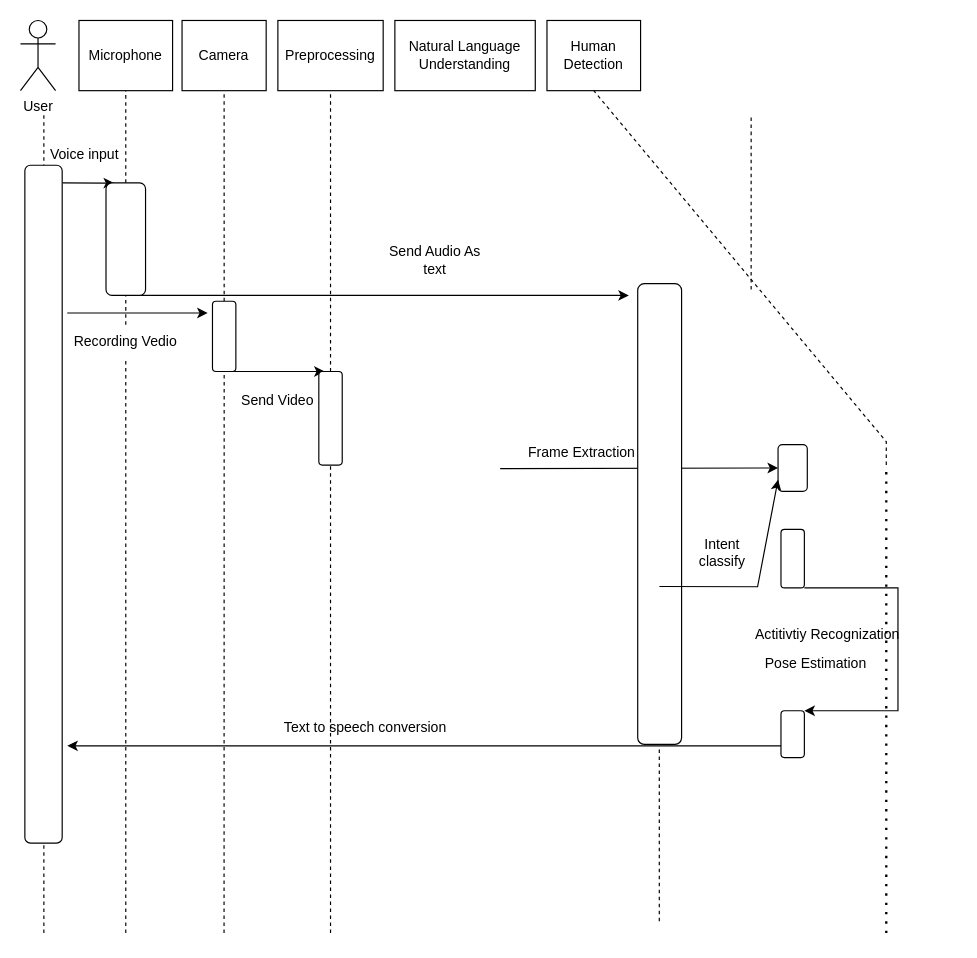
The draw.io diagram SequenceDaigram.drawio in ahmad2001hotmailyahoo/ahmad-arc, before the edit. Source tidied: cells renumbered, new cells numbered last; positions are measured from the earlier drawing's top-left corner, leaving out a move shared by most shapes. Both pictures are drawn from the tidied source at 117%, with x=0, y=0 at pixel (-296, 20).
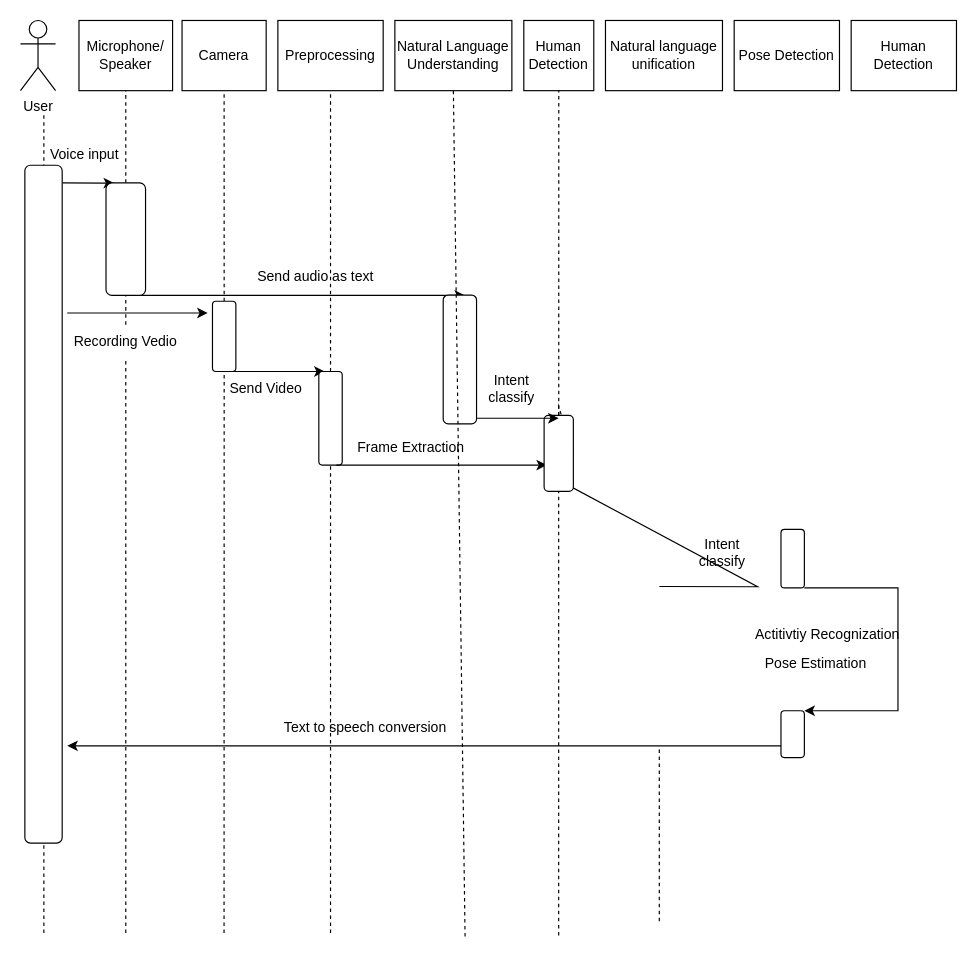
Above is the later version.

The change refers to these unchanged cells:
```xml
<mxCell id="14" style="rounded=1;whiteSpace=wrap;html=1;rotation=90;" parent="1" vertex="1">
  <mxGeometry x="495" y="330" width="80" height="20" as="geometry" />
</mxCell>
<mxCell id="39" style="rounded=1;whiteSpace=wrap;html=1;rotation=90;" parent="1" vertex="1">
  <mxGeometry x="311.9" y="170" width="96.2" height="33.8" as="geometry" />
</mxCell>
```

What changed in the source:
```diff
@@
-    <mxCell id="2" value="Microphone" style="rounded=0;whiteSpace=wrap;html=1;" parent="1" vertex="1">
+    <mxCell id="2" value="Microphone/&lt;br&gt;Speaker" style="rounded=0;whiteSpace=wrap;html=1;" parent="1" vertex="1">
       <mxGeometry x="320" width="80" height="60" as="geometry" />
     </mxCell>
@@
     <mxCell id="5" value="Human Detection" style="rounded=0;whiteSpace=wrap;html=1;" parent="1" vertex="1">
-      <mxGeometry x="720" width="80" height="60" as="geometry" />
+      <mxGeometry x="700.2" width="59.8" height="60" as="geometry" />
     </mxCell>
@@
-    <mxCell id="10" style="endArrow=none;dashed=1;html=1;rounded=0;entryX=0.5;entryY=1;entryDx=0;entryDy=0;startArrow=none;" parent="1" edge="1" target="5">
-      <mxGeometry relative="1" as="geometry">
-        <mxPoint x="1010" y="380" as="sourcePoint" />
-        <Array as="points">
-          <mxPoint x="1010" y="360" />
-        </Array>
-      </mxGeometry>
+    <mxCell id="10" style="endArrow=none;dashed=1;html=1;rounded=0;entryX=0.5;entryY=1;entryDx=0;entryDy=0;startArrow=none;" parent="1" edge="1" source="17" target="5">
+      <mxGeometry relative="1" as="geometry" />
     </mxCell>
@@
     <mxCell id="13" value="Send Video" style="text;html=1;strokeColor=none;fillColor=none;align=center;verticalAlign=middle;whiteSpace=wrap;rounded=0;" parent="1" vertex="1">
-      <mxGeometry x="430" y="310" width="120" height="30" as="geometry" />
+      <mxGeometry x="420" y="300" width="120" height="30" as="geometry" />
     </mxCell>
@@
-    <mxCell id="15" style="endArrow=classic;html=1;rounded=0;entryX=0.5;entryY=0;entryDx=0;entryDy=0;" parent="1" edge="1" target="17">
+    <mxCell id="15" style="endArrow=classic;html=1;rounded=0;exitX=1;exitY=0.25;exitDx=0;exitDy=0;" parent="1" edge="1" source="14">
       <mxGeometry relative="1" as="geometry">
-        <mxPoint x="680" y="383" as="sourcePoint" />
+        <mxPoint x="720" y="380" as="targetPoint" />
       </mxGeometry>
     </mxCell>
     <mxCell id="16" value="Frame Extraction" style="text;html=1;strokeColor=none;fillColor=none;align=center;verticalAlign=middle;whiteSpace=wrap;rounded=0;" parent="1" vertex="1">
-      <mxGeometry x="690" y="355" width="120" height="30" as="geometry" />
+      <mxGeometry x="544" y="350" width="120" height="30" as="geometry" />
     </mxCell>
-    <mxCell id="17" style="rounded=1;whiteSpace=wrap;html=1;rotation=-90;" parent="1" vertex="1">
-      <mxGeometry x="910" y="370" width="40" height="25" as="geometry" />
-    </mxCell>
@@
-    <mxCell id="26" style="endArrow=none;dashed=1;html=1;rounded=0;entryX=0.5;entryY=1;entryDx=0;entryDy=0;startArrow=none;" parent="1" edge="1">
-      <mxGeometry relative="1" as="geometry">
-        <mxPoint x="894.5" y="230" as="sourcePoint" />
-        <mxPoint x="894.5" y="80" as="targetPoint" />
-      </mxGeometry>
-    </mxCell>
     <mxCell id="27" style="endArrow=classic;html=1;rounded=0;exitX=1;exitY=0.5;exitDx=0;exitDy=0;" parent="1" edge="1" source="39">
       <mxGeometry relative="1" as="geometry">
-        <mxPoint x="790" y="235" as="targetPoint" />
+        <mxPoint x="650" y="235" as="targetPoint" />
       </mxGeometry>
     </mxCell>
-    <mxCell id="28" value="Send Audio As text" style="text;html=1;strokeColor=none;fillColor=none;align=center;verticalAlign=middle;whiteSpace=wrap;rounded=0;" parent="1" vertex="1">
-      <mxGeometry x="579.4" y="190" width="90.6" height="30" as="geometry" />
+    <mxCell id="28" value="Send audio as text" style="text;html=1;strokeColor=none;fillColor=none;align=center;verticalAlign=middle;whiteSpace=wrap;rounded=0;" parent="1" vertex="1">
+      <mxGeometry x="454.7" y="203.8" width="135.3" height="30" as="geometry" />
     </mxCell>
     <mxCell id="29" style="rounded=1;whiteSpace=wrap;html=1;rotation=90;" parent="1" vertex="1">
-      <mxGeometry x="619.4" y="403.1" width="393.8" height="37.5" as="geometry" />
+      <mxGeometry x="590.5" y="275.5" width="110.1" height="28.5" as="geometry" />
     </mxCell>
     <mxCell id="30" value="Natural Language Understanding" style="rounded=0;whiteSpace=wrap;html=1;" parent="1" vertex="1">
-      <mxGeometry x="590" width="120" height="60" as="geometry" />
+      <mxGeometry x="590" width="100" height="60" as="geometry" />
     </mxCell>
@@
-    <mxCell id="32" style="endArrow=none;dashed=1;html=1;dashPattern=1 3;strokeWidth=2;rounded=0;" parent="1" edge="1">
-      <mxGeometry relative="1" as="geometry">
-        <mxPoint x="1010" y="780" as="sourcePoint" />
-        <mxPoint x="1010" y="380" as="targetPoint" />
-      </mxGeometry>
-    </mxCell>
@@
+    <mxCell id="44" style="endArrow=none;dashed=1;html=1;rounded=0;entryX=0.5;entryY=1;entryDx=0;entryDy=0;" parent="1" edge="1" target="30">
+      <mxGeometry relative="1" as="geometry">
+        <mxPoint x="650" y="783" as="sourcePoint" />
+      </mxGeometry>
+    </mxCell>
+    <mxCell id="45" value="Natural language unification" style="rounded=0;whiteSpace=wrap;html=1;" parent="1" vertex="1">
+      <mxGeometry x="770" width="100" height="60" as="geometry" />
+    </mxCell>
+    <mxCell id="46" value="Pose Detection" style="rounded=0;whiteSpace=wrap;html=1;" parent="1" vertex="1">
+      <mxGeometry x="880" width="90" height="60" as="geometry" />
+    </mxCell>
+    <mxCell id="47" value="Human Detection" style="rounded=0;whiteSpace=wrap;html=1;" parent="1" vertex="1">
+      <mxGeometry x="980" width="90" height="60" as="geometry" />
+    </mxCell>
+    <mxCell id="48" style="endArrow=none;dashed=1;html=1;rounded=0;entryX=0.5;entryY=1;entryDx=0;entryDy=0;startArrow=none;" parent="1" edge="1" target="17">
+      <mxGeometry relative="1" as="geometry">
+        <mxPoint x="730" y="782" as="sourcePoint" />
+        <Array as="points">
+          <mxPoint x="730" y="330" />
+        </Array>
+      </mxGeometry>
+    </mxCell>
+    <mxCell id="17" style="rounded=1;whiteSpace=wrap;html=1;rotation=-90;" parent="1" vertex="1">
+      <mxGeometry x="697.6" y="357.5" width="64.9" height="25" as="geometry" />
+    </mxCell>
+    <mxCell id="49" style="endArrow=classic;html=1;rounded=0;" parent="1" edge="1">
+      <mxGeometry relative="1" as="geometry">
+        <mxPoint x="660" y="340" as="sourcePoint" />
+        <mxPoint x="730" y="340" as="targetPoint" />
+      </mxGeometry>
+    </mxCell>
+    <mxCell id="50" value="Intent classify" style="text;html=1;strokeColor=none;fillColor=none;align=center;verticalAlign=middle;whiteSpace=wrap;rounded=0;" parent="1" vertex="1">
+      <mxGeometry x="660" y="300" width="60" height="30" as="geometry" />
+    </mxCell>
```
